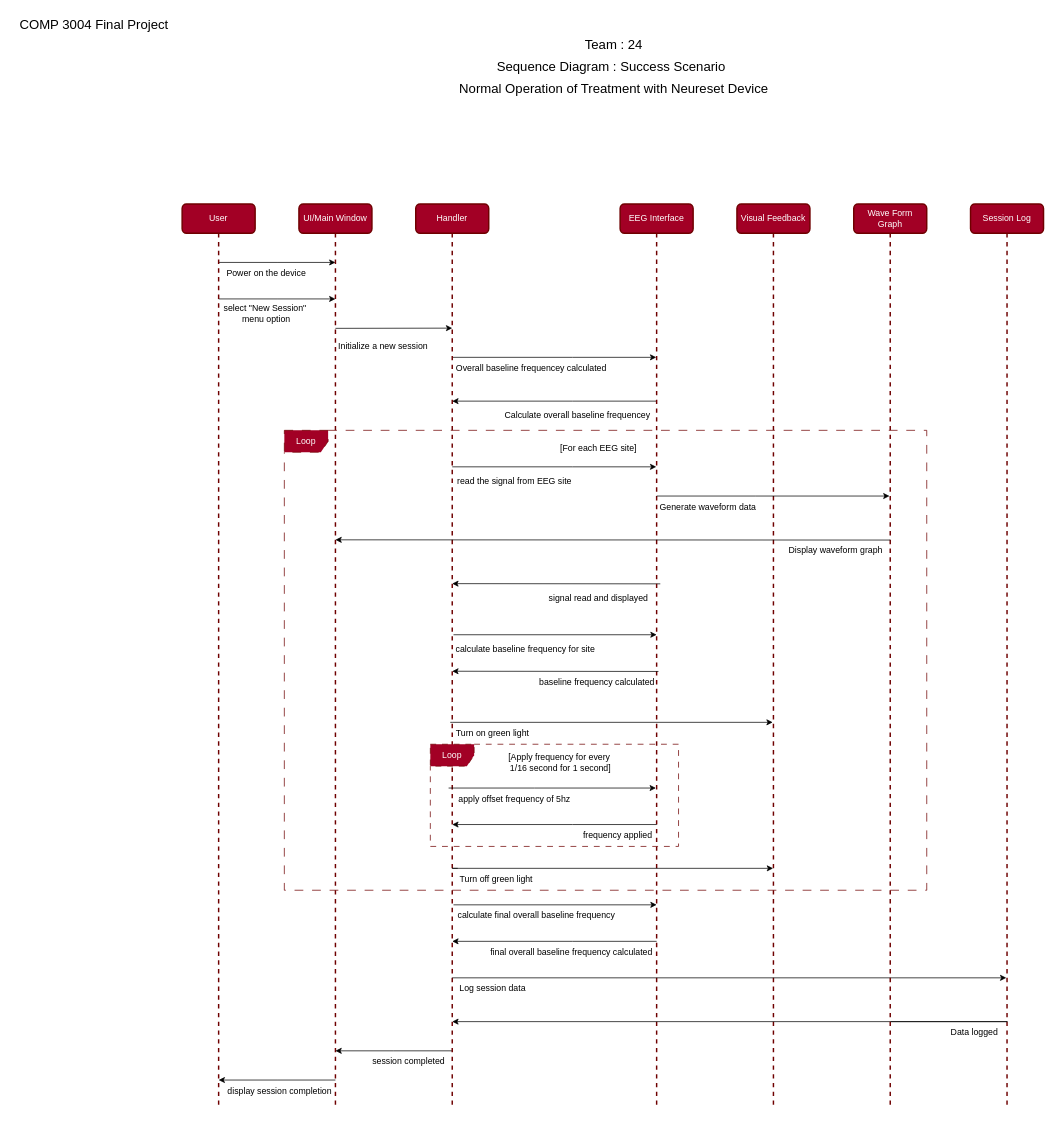
The draw.io diagram page "successScenario" (2 of 3) of Neureset - Documentation/Diagrams/Team24Diagrams.drawio in sidbmw/Neureset_Device_Simulator, before the edit. Source tidied: cells renumbered, new cells numbered last; positions are measured from the earlier drawing's top-left corner, leaving out a move shared by most shapes. Both pictures are drawn from the tidied source at 73%, with x=0, y=0 at pixel (12, 12).
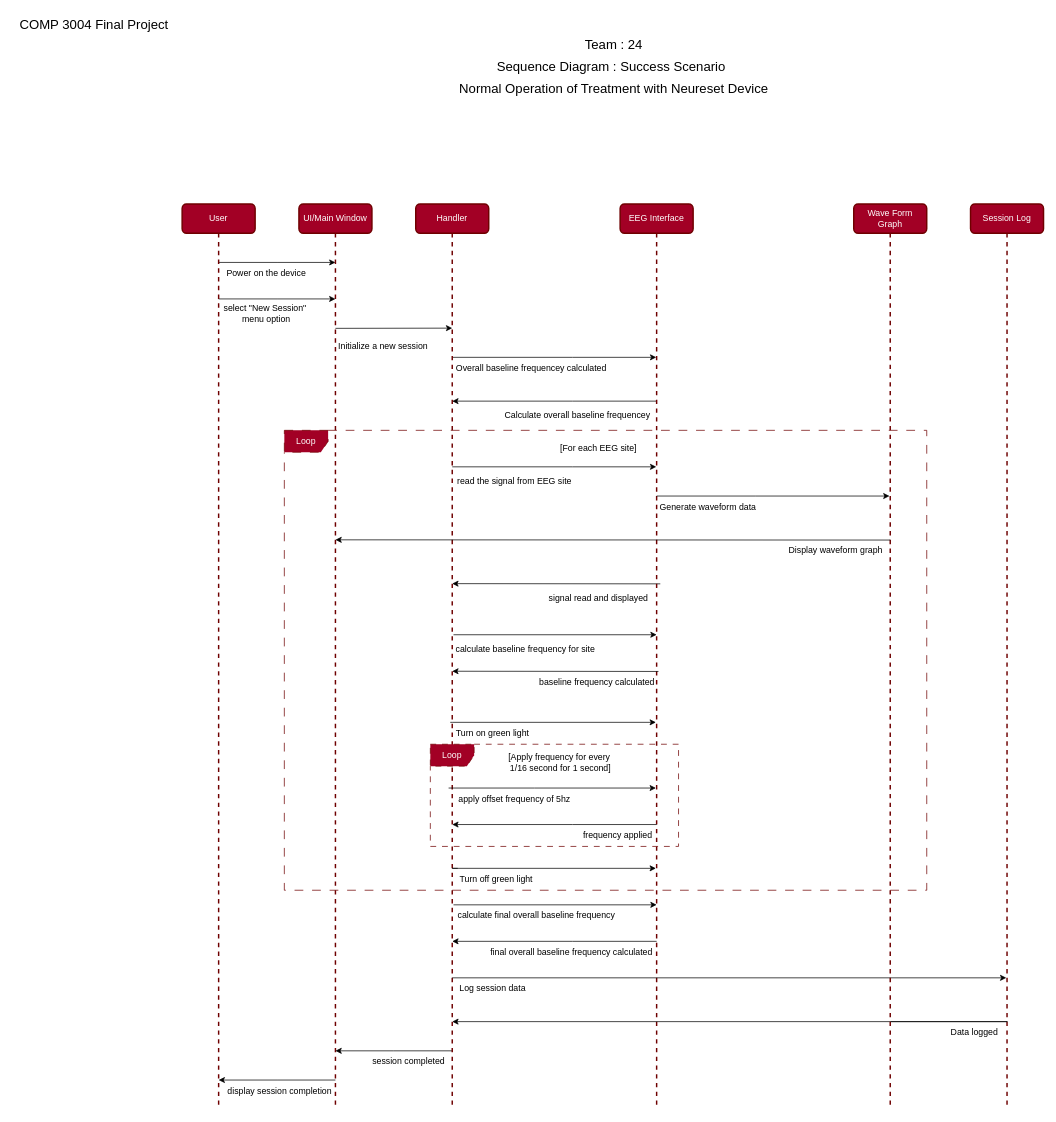
The same page after the edit.

Commit message (it also covers changes not shown here):
Sequence Diagram - Battery Low

Sequence diagram for the battery low response of device.

The change refers to these unchanged cells:
```xml
<mxCell id="13" value="EEG Interface" style="shape=umlLifeline;perimeter=lifelinePerimeter;whiteSpace=wrap;html=1;outlineConnect=0;portConstraint=eastwest;newEdgeStyle={&quot;edgeStyle&quot;:&quot;elbowEdgeStyle&quot;,&quot;elbow&quot;:&quot;vertical&quot;,&quot;curved&quot;:0,&quot;rounded&quot;:0};rounded=1;strokeWidth=2;labelBackgroundColor=none;fillColor=#a20025;fontColor=#ffffff;strokeColor=#6F0000;" parent="1" vertex="1">
  <mxGeometry x="832" y="262" width="100" height="1240" as="geometry" />
</mxCell>
```

Change to the diagram source:
```diff
@@
-    <mxCell id="14" value="Visual Feedback" style="shape=umlLifeline;perimeter=lifelinePerimeter;whiteSpace=wrap;html=1;outlineConnect=0;portConstraint=eastwest;newEdgeStyle={&quot;edgeStyle&quot;:&quot;elbowEdgeStyle&quot;,&quot;elbow&quot;:&quot;vertical&quot;,&quot;curved&quot;:0,&quot;rounded&quot;:0};rounded=1;strokeWidth=2;labelBackgroundColor=none;fillColor=#a20025;fontColor=#ffffff;strokeColor=#6F0000;" parent="1" vertex="1">
-      <mxGeometry x="992" y="262" width="100" height="1240" as="geometry" />
-    </mxCell>
@@
-    <mxCell id="28" style="edgeStyle=elbowEdgeStyle;rounded=0;jettySize=auto;html=1;elbow=vertical;curved=0;labelBackgroundColor=none;fontColor=default;" parent="1" edge="1" target="14">
+    <mxCell id="28" style="edgeStyle=elbowEdgeStyle;rounded=0;jettySize=auto;html=1;elbow=vertical;curved=0;labelBackgroundColor=none;fontColor=default;" parent="1" edge="1" target="13">
       <mxGeometry relative="1" as="geometry">
         <mxPoint x="599.3" y="972" as="sourcePoint" />
         <Array as="points">
           <mxPoint x="602" y="972" />
         </Array>
       </mxGeometry>
     </mxCell>
@@
     <mxCell id="33" style="edgeStyle=elbowEdgeStyle;rounded=0;orthogonalLoop=1;jettySize=auto;html=1;elbow=vertical;curved=0;labelBackgroundColor=none;fontColor=default;" parent="1" edge="1">
       <mxGeometry relative="1" as="geometry">
         <mxPoint x="609.5" y="1172" as="sourcePoint" />
-        <mxPoint x="1041.5" y="1172" as="targetPoint" />
+        <mxPoint x="881" y="1172" as="targetPoint" />
         <Array as="points">
           <mxPoint x="602" y="1172" />
         </Array>
       </mxGeometry>
     </mxCell>
```
